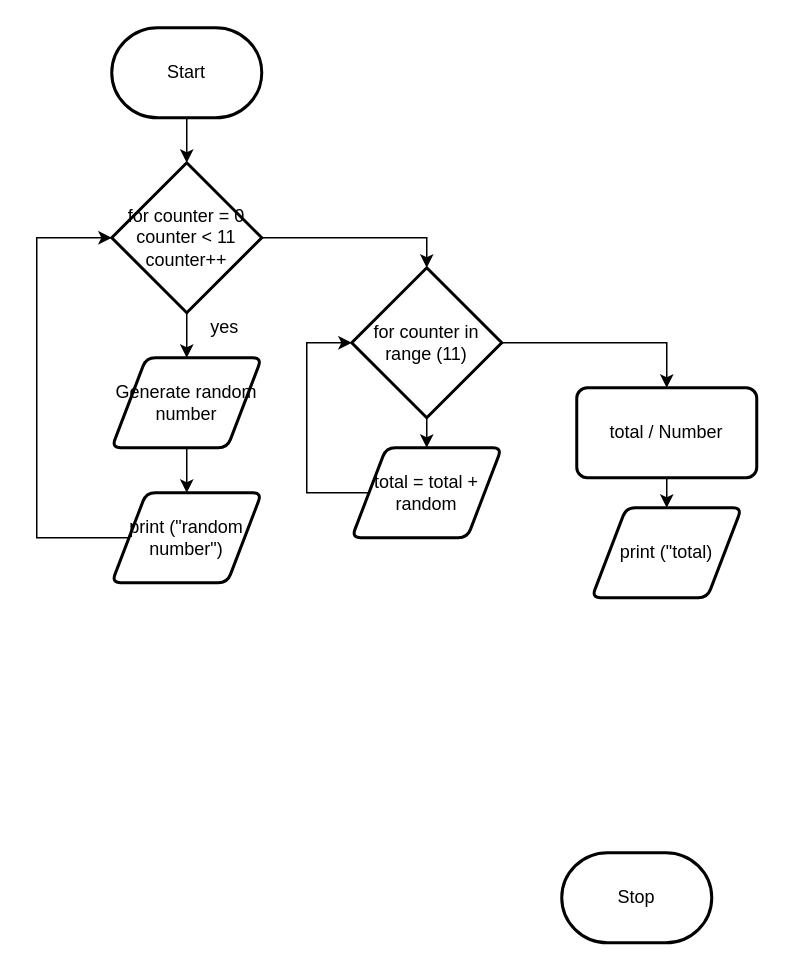
Above: Draw.io/Flowchart.drawio in Peter-Gemmell/ICS3U-Unit6-01-Python (draw.io), before the change. Source tidied: cells renumbered, new cells numbered last; positions are measured from the earlier drawing's top-left corner, leaving out a move shared by most shapes. Both pictures are drawn from the tidied source at 150%, with x=0, y=0 at pixel (36, 27).
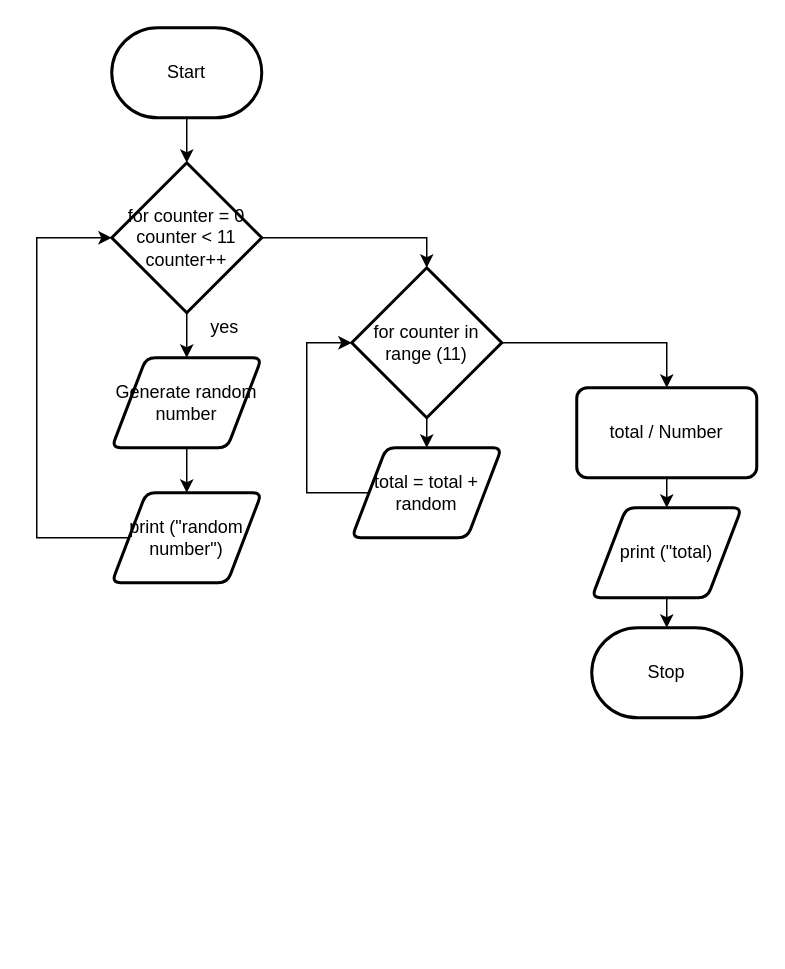
Above is the later version.

The change refers to these unchanged cells:
```xml
<mxCell id="18" value="print (&quot;total)" style="shape=parallelogram;html=1;strokeWidth=2;perimeter=parallelogramPerimeter;whiteSpace=wrap;rounded=1;arcSize=12;size=0.23;" parent="1" vertex="1">
  <mxGeometry x="370" y="320" width="100" height="60" as="geometry" />
</mxCell>
```

The edit, as a diff of the source:
```diff
@@
     <mxCell id="4" value="Stop" style="strokeWidth=2;html=1;shape=mxgraph.flowchart.terminator;whiteSpace=wrap;" parent="1" vertex="1">
-      <mxGeometry x="350" y="550" width="100" height="60" as="geometry" />
+      <mxGeometry x="370" y="400" width="100" height="60" as="geometry" />
     </mxCell>
@@
+    <mxCell id="21" style="edgeStyle=none;html=1;exitX=0.5;exitY=1;exitDx=0;exitDy=0;entryX=0.5;entryY=0;entryDx=0;entryDy=0;entryPerimeter=0;" parent="1" edge="1" source="18" target="4">
+      <mxGeometry relative="1" as="geometry" />
+    </mxCell>
```
